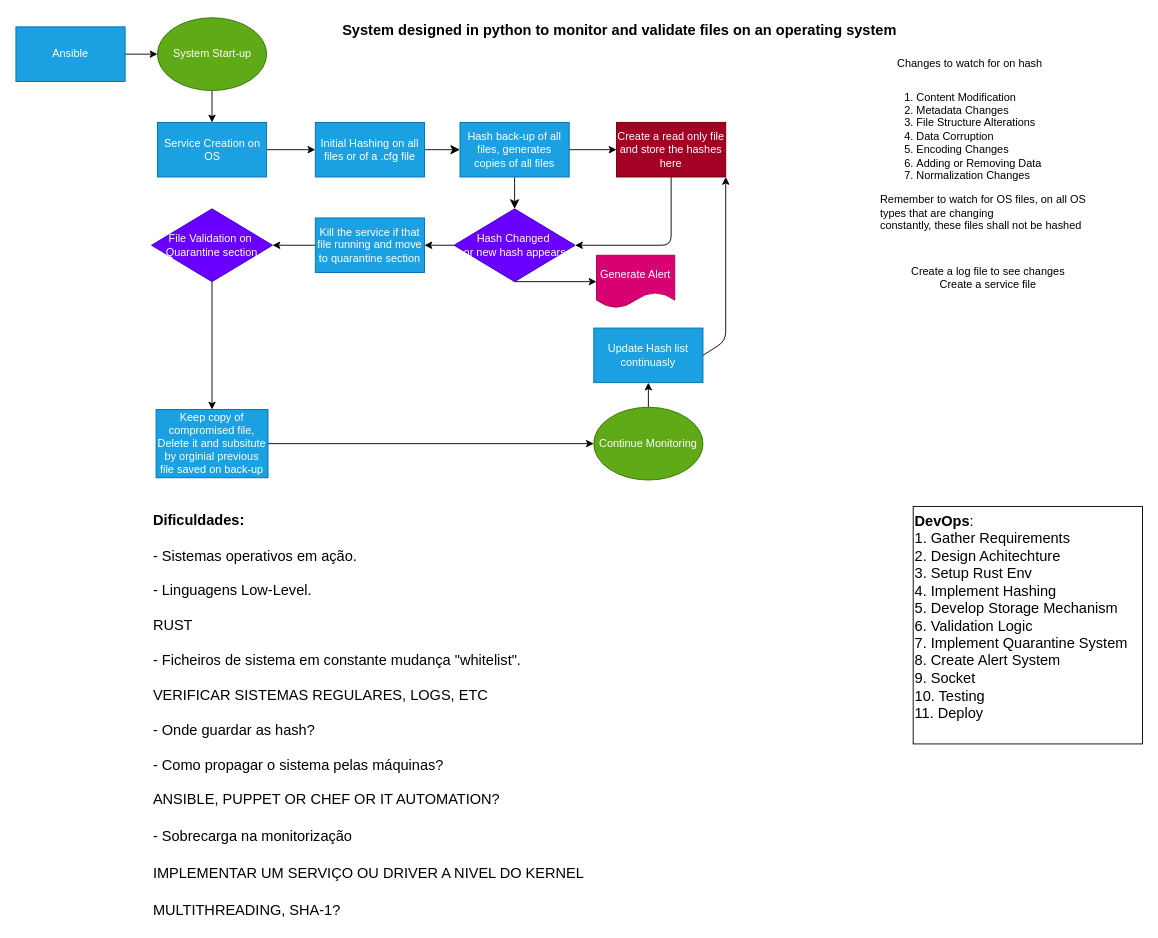
Before: planeamento/Untitled Diagram.drawio in mickeyhousee/LOCK, a draw.io diagram. Source tidied: cells renumbered, new cells numbered last; positions are measured from the earlier drawing's top-left corner, leaving out a move shared by most shapes. Both pictures are drawn from the tidied source at 91%, with x=0, y=0 at pixel (15, 15).
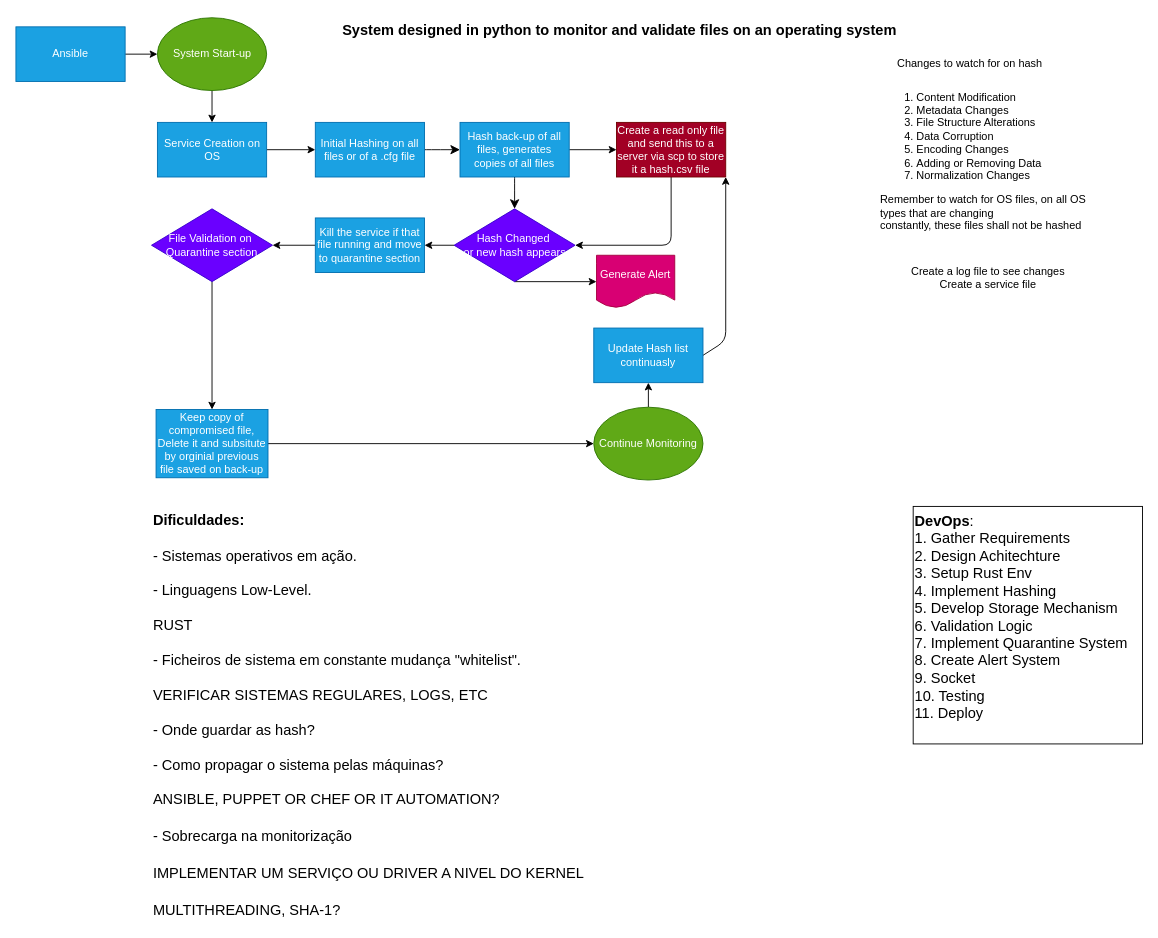
The same page after the edit.

Diff of the diagram source:
```diff
@@
-    <mxCell id="23" value="Create a read only file and store the hashes here" style="rounded=0;whiteSpace=wrap;html=1;fillColor=#a20025;fontColor=#ffffff;strokeColor=#6F0000;" parent="1" vertex="1">
+    <mxCell id="23" value="Create a read only file and send this to a server via scp to store it a hash.csv file" style="rounded=0;whiteSpace=wrap;html=1;fillColor=#a20025;fontColor=#ffffff;strokeColor=#6F0000;" parent="1" vertex="1">
       <mxGeometry x="660" y="117" width="120" height="60" as="geometry" />
     </mxCell>
```
